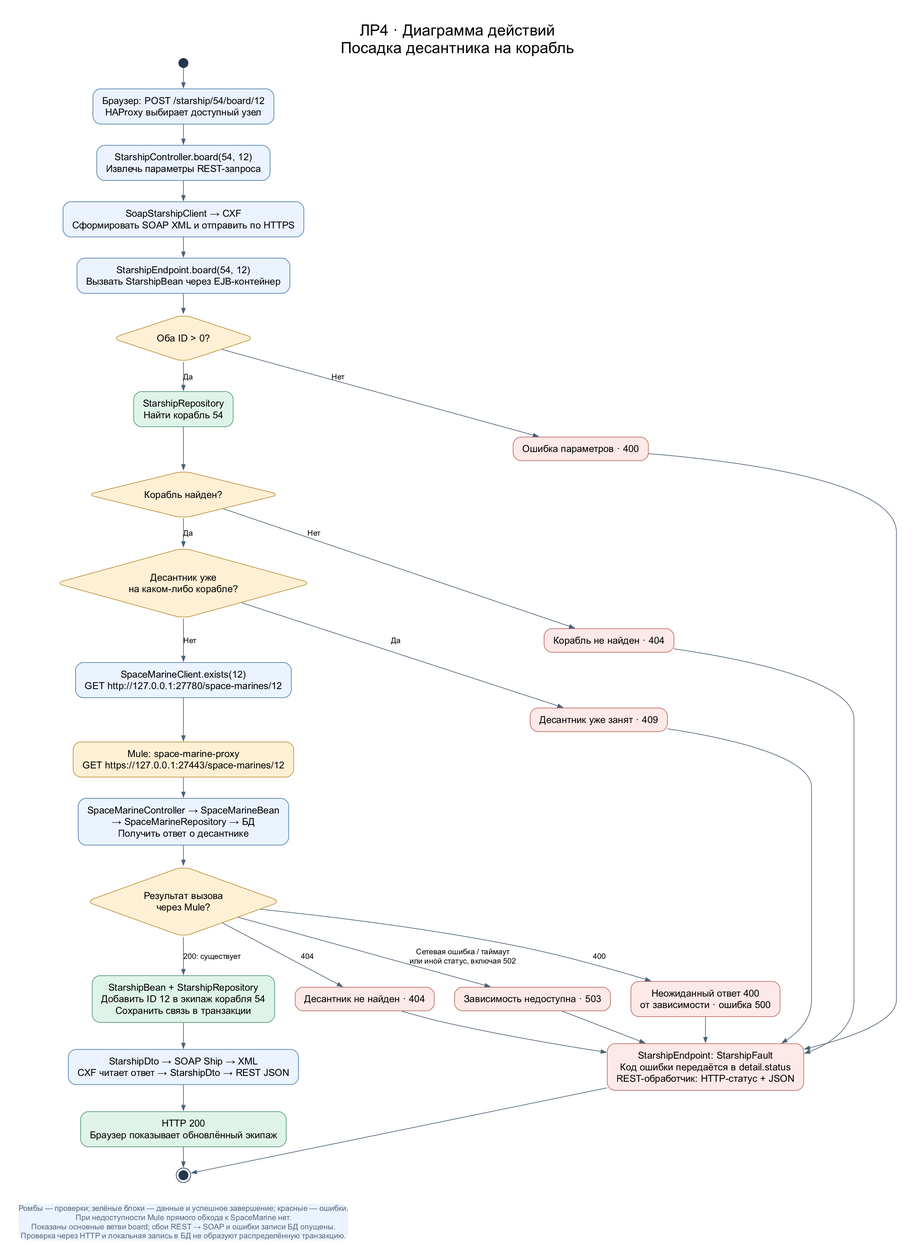
Above: docs/lab4-activity.png in arekalov/soa-labs (Graphviz), before the change. Its source is kept beside it as docs/diagrams/lab4-activity.dot. Its diagram source:
```dot
digraph Activity {
  graph [rankdir=TB, bgcolor="#ffffff", pad=0.4, nodesep=0.45, ranksep=0.45, fontname="Arial", fontsize=24, labelloc=t, label="ЛР4 · Диаграмма действий\nПосадка десантника на корабль"];
  node [shape=box, style="rounded,filled", fillcolor="#eaf3ff", color="#4978ab", fontname="Arial", fontsize=15, margin="0.2,0.13"];
  edge [fontname="Arial", fontsize=12, color="#4c6078", arrowsize=0.8];
  start [shape=circle, label="", width=0.2, style=filled, fillcolor="#25364b", color="#25364b"];
  request [label="Браузер: POST /starship/54/board/12\nHAProxy выбирает доступный узел"];
  controller [label="StarshipController.board(54, 12)\nИзвлечь параметры REST-запроса"];
  soap [label="SoapStarshipClient → CXF\nСформировать SOAP XML и отправить по HTTPS"];
  endpoint [label="StarshipEndpoint.board(54, 12)\nВызвать StarshipBean через EJB-контейнер"];
  ids [shape=diamond, label="Оба ID > 0?", fillcolor="#fff0d5", color="#bc8b34"];
  find [label="StarshipRepository\nНайти корабль 54", fillcolor="#dff4e9", color="#4b9671"];
  found [shape=diamond, label="Корабль найден?", fillcolor="#fff0d5", color="#bc8b34"];
  occupied [shape=diamond, label="Десантник уже\nна каком-либо корабле?", fillcolor="#fff0d5", color="#bc8b34"];
  check [label="SpaceMarineClient.exists(12)\nGET http://127.0.0.1:27780/space-marines/12"];
  mule [label="Mule: space-marine-proxy\nGET https://127.0.0.1:27443/space-marines/12", fillcolor="#fff0d5", color="#bc8b34"];
  sm [label="SpaceMarineController → SpaceMarineBean\n→ SpaceMarineRepository → БД\nПолучить ответ о десантнике"];
  status [shape=diamond, label="Результат вызова\nчерез Mule?", fillcolor="#fff0d5", color="#bc8b34"];
  save [label="StarshipBean + StarshipRepository\nДобавить ID 12 в экипаж корабля 54\nСохранить связь в транзакции", fillcolor="#dff4e9", color="#4b9671"];
  result [label="StarshipDto → SOAP Ship → XML\nCXF читает ответ → StarshipDto → REST JSON"];
  ok [label="HTTP 200\nБраузер показывает обновлённый экипаж", fillcolor="#dff4e9", color="#4b9671"];
  bad [label="Ошибка параметров · 400", fillcolor="#fde9e7", color="#bc675e"];
  noship [label="Корабль не найден · 404", fillcolor="#fde9e7", color="#bc675e"];
  conflict [label="Десантник уже занят · 409", fillcolor="#fde9e7", color="#bc675e"];
  nomarine [label="Десантник не найден · 404", fillcolor="#fde9e7", color="#bc675e"];
  unavailable [label="Зависимость недоступна · 503", fillcolor="#fde9e7", color="#bc675e"];
  internal [label="Неожиданный ответ 400\nот зависимости · ошибка 500", fillcolor="#fde9e7", color="#bc675e"];
  fault [label="StarshipEndpoint: StarshipFault\nКод ошибки передаётся в detail.status\nREST-обработчик: HTTP-статус + JSON", fillcolor="#fde9e7", color="#bc675e"];
  finish [shape=doublecircle, label="", width=0.2, style=filled, fillcolor="#25364b", color="#25364b"];
  { node [group="main"]; start; request; controller; soap; endpoint; ids; find; found; occupied; check; mule; sm; status; save; result; ok; finish; }
  start -> request -> controller -> soap -> endpoint -> ids [weight=30];
  ids -> find [label="Да", weight=30];
  ids -> bad [label="Нет"];
  find -> found [weight=30];
  found -> occupied [label="Да", weight=30];
  found -> noship [label="Нет"];
  occupied -> check [label="Нет", weight=30];
  occupied -> conflict [label="Да"];
  check -> mule -> sm -> status [weight=30];
  status -> save [label="200: существует", weight=30];
  status -> nomarine [label="404"];
  status -> unavailable [label="Сетевая ошибка / таймаут\nили иной статус, включая 502"];
  status -> internal [label="400"];
  save -> result -> ok -> finish [weight=30];
  bad -> fault;
  noship -> fault;
  conflict -> fault;
  nomarine -> fault;
  unavailable -> fault;
  internal -> fault;
  fault -> finish;
  note [shape=plain, fontsize=12, fontcolor="#596578", label="Ромбы — проверки; зелёные блоки — данные и успешное завершение; красные — ошибки.\nПри недоступности Mule прямого обхода к SpaceMarine нет.\nПоказаны основные ветви board; сбои REST → SOAP и ошибки записи БД опущены.\nПроверка через HTTP и локальная запись в БД не образуют распределённую транзакцию."];
  finish -> note [style=invis];
}
```
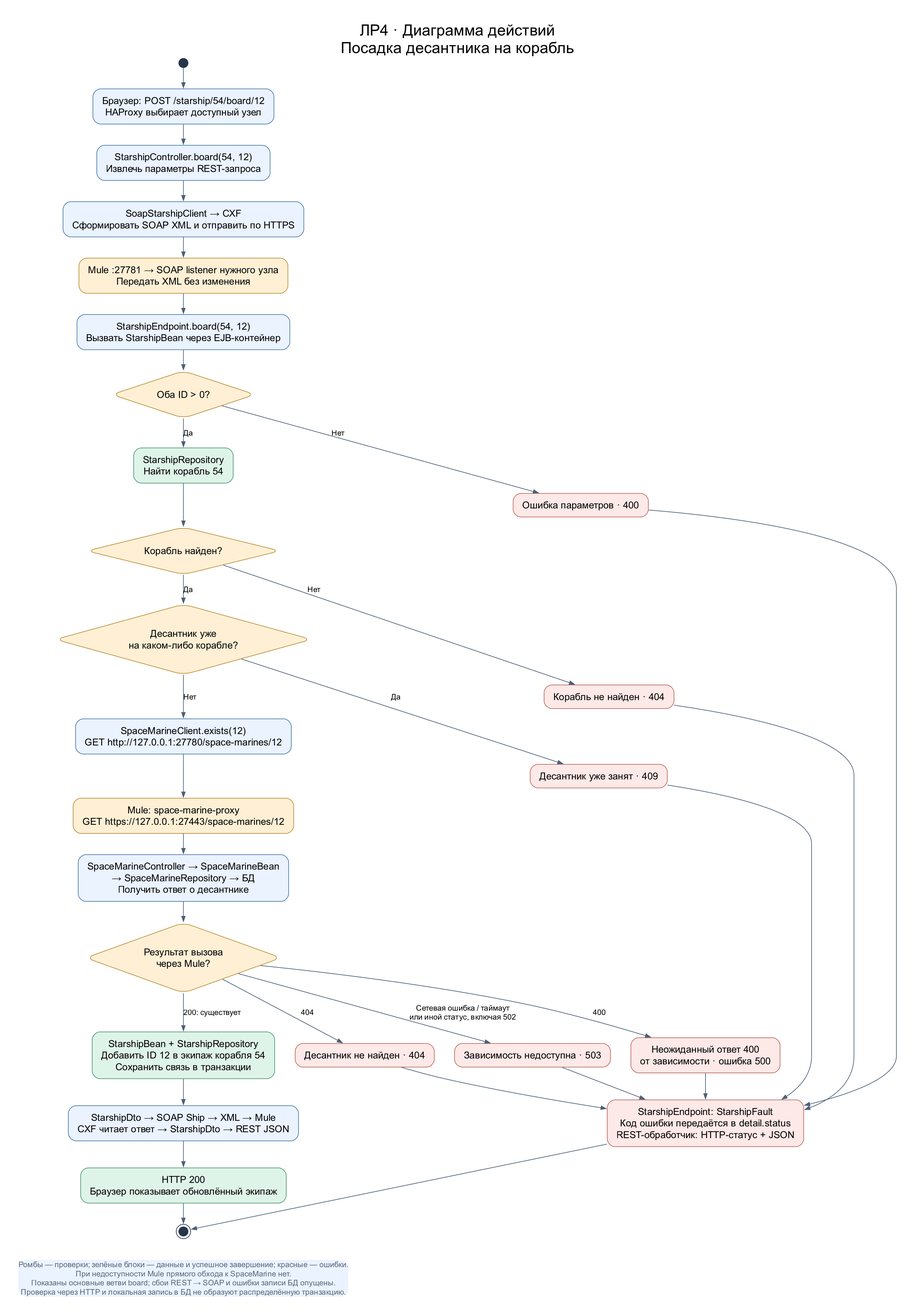
The same diagram one commit later.

What changed in the source:
```diff
@@ -6,6 +6,7 @@
   request [label="Браузер: POST /starship/54/board/12\nHAProxy выбирает доступный узел"];
   controller [label="StarshipController.board(54, 12)\nИзвлечь параметры REST-запроса"];
   soap [label="SoapStarshipClient → CXF\nСформировать SOAP XML и отправить по HTTPS"];
+  soapmule [label="Mule :27781 → SOAP listener нужного узла\nПередать XML без изменения", fillcolor="#fff0d5", color="#bc8b34"];
   endpoint [label="StarshipEndpoint.board(54, 12)\nВызвать StarshipBean через EJB-контейнер"];
   ids [shape=diamond, label="Оба ID > 0?", fillcolor="#fff0d5", color="#bc8b34"];
   find [label="StarshipRepository\nНайти корабль 54", fillcolor="#dff4e9", color="#4b9671"];
@@ -16,7 +17,7 @@
   sm [label="SpaceMarineController → SpaceMarineBean\n→ SpaceMarineRepository → БД\nПолучить ответ о десантнике"];
   status [shape=diamond, label="Результат вызова\nчерез Mule?", fillcolor="#fff0d5", color="#bc8b34"];
   save [label="StarshipBean + StarshipRepository\nДобавить ID 12 в экипаж корабля 54\nСохранить связь в транзакции", fillcolor="#dff4e9", color="#4b9671"];
-  result [label="StarshipDto → SOAP Ship → XML\nCXF читает ответ → StarshipDto → REST JSON"];
+  result [label="StarshipDto → SOAP Ship → XML → Mule\nCXF читает ответ → StarshipDto → REST JSON"];
   ok [label="HTTP 200\nБраузер показывает обновлённый экипаж", fillcolor="#dff4e9", color="#4b9671"];
   bad [label="Ошибка параметров · 400", fillcolor="#fde9e7", color="#bc675e"];
   noship [label="Корабль не найден · 404", fillcolor="#fde9e7", color="#bc675e"];
@@ -27,7 +28,7 @@
   fault [label="StarshipEndpoint: StarshipFault\nКод ошибки передаётся в detail.status\nREST-обработчик: HTTP-статус + JSON", fillcolor="#fde9e7", color="#bc675e"];
   finish [shape=doublecircle, label="", width=0.2, style=filled, fillcolor="#25364b", color="#25364b"];
   { node [group="main"]; start; request; controller; soap; endpoint; ids; find; found; occupied; check; mule; sm; status; save; result; ok; finish; }
-  start -> request -> controller -> soap -> endpoint -> ids [weight=30];
+  start -> request -> controller -> soap -> soapmule -> endpoint -> ids [weight=30];
   ids -> find [label="Да", weight=30];
   ids -> bad [label="Нет"];
   find -> found [weight=30];
```
